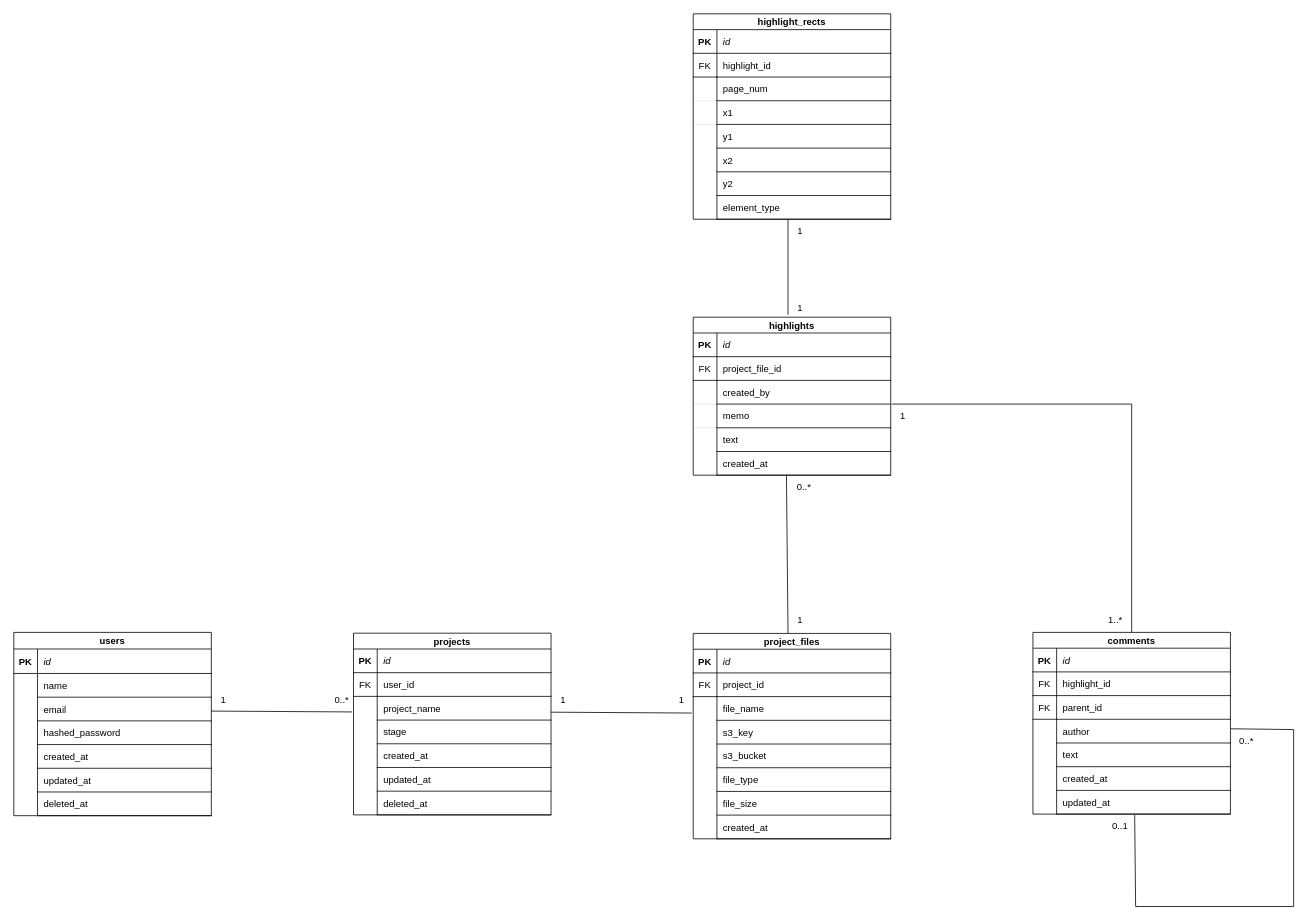
This is Research_tmp.drawio from Takeru-M/Research_tmp, a draw.io file, before an edit. Source tidied: cells renumbered, new cells numbered last; positions are measured from the earlier drawing's top-left corner, leaving out a move shared by most shapes. Both pictures are drawn from the tidied source at 79%, with x=0, y=0 at pixel (13, 13).
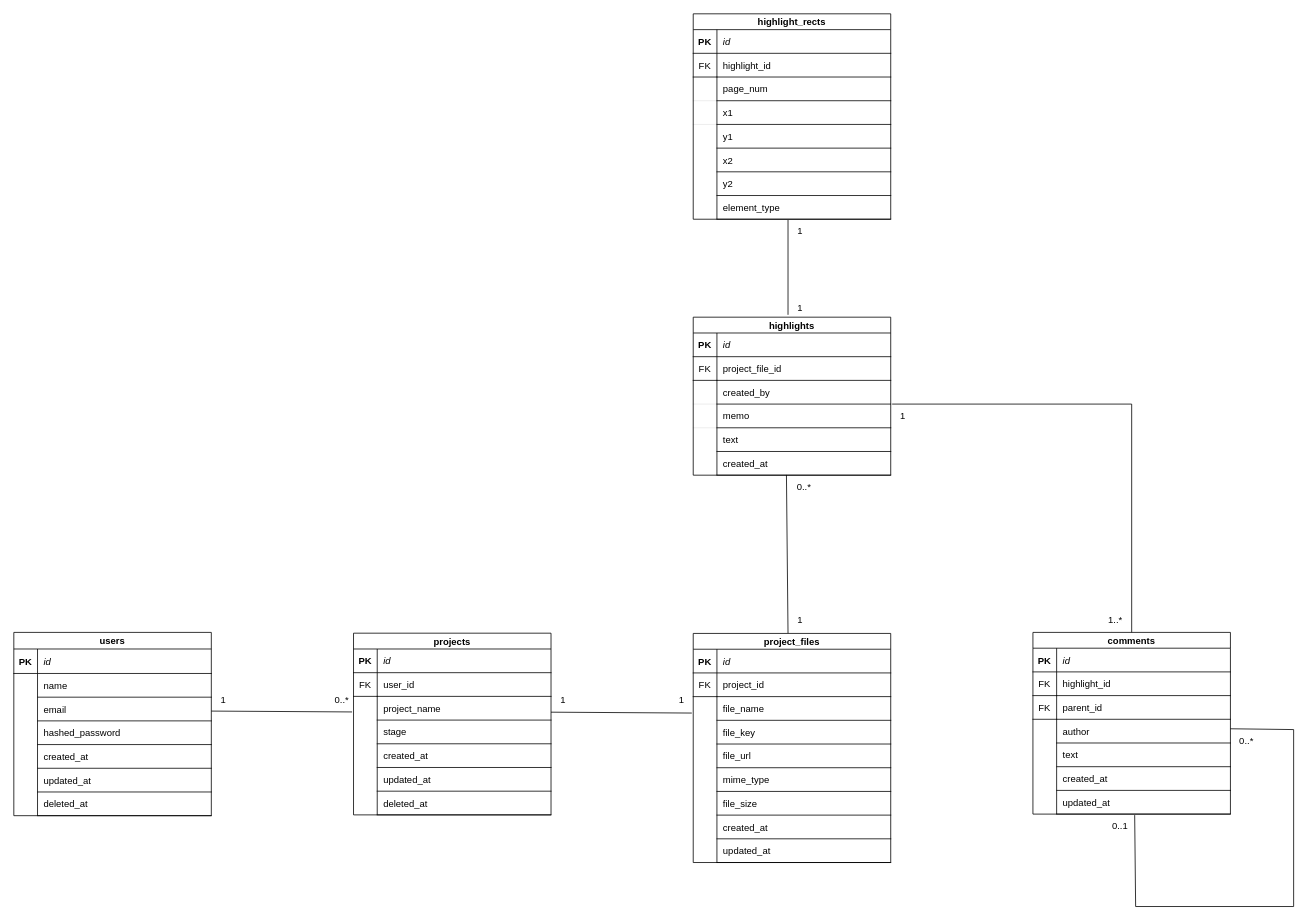
Above is the later version.

Unchanged cells that the change refers to:
```xml
<mxCell id="12" style="shape=partialRectangle;fillColor=none;top=0;left=0;right=0;bottom=0;" parent="2" vertex="1">
  <mxGeometry y="110" width="250" height="30" as="geometry" />
</mxCell>
<mxCell id="15" style="shape=partialRectangle;fillColor=none;top=0;left=0;right=0;bottom=0;" parent="2" vertex="1">
  <mxGeometry y="140" width="250" height="30" as="geometry" />
</mxCell>
<mxCell id="18" style="shape=partialRectangle;fillColor=none;top=0;left=0;right=0;bottom=0;" parent="2" vertex="1">
  <mxGeometry y="170" width="250" height="30" as="geometry" />
</mxCell>
```

Diff of the diagram source:
```diff
@@
     <mxCell id="2" value="project_files" style="shape=table;startSize=20;childLayout=tableLayout;rowLines=0;fontStyle=1;align=center;" parent="1" vertex="1">
-      <mxGeometry x="860" y="784.3" width="250" height="260" as="geometry" />
+      <mxGeometry x="860" y="784.3" width="250" height="290" as="geometry" />
     </mxCell>
@@
-    <mxCell id="14" value="s3_key" style="shape=partialRectangle;overflow=hidden;fillColor=none;top=0;left=0;bottom=1;right=0;align=left;spacingLeft=6;" parent="12" vertex="1">
+    <mxCell id="14" value="file_key" style="shape=partialRectangle;overflow=hidden;fillColor=none;top=0;left=0;bottom=1;right=0;align=left;spacingLeft=6;" parent="12" vertex="1">
       <mxGeometry x="30" width="220" height="30" as="geometry" />
     </mxCell>
@@
-    <mxCell id="17" value="s3_bucket" style="shape=partialRectangle;overflow=hidden;fillColor=none;top=0;left=0;bottom=1;right=0;align=left;spacingLeft=6;" parent="15" vertex="1">
+    <mxCell id="17" value="file_url" style="shape=partialRectangle;overflow=hidden;fillColor=none;top=0;left=0;bottom=1;right=0;align=left;spacingLeft=6;" parent="15" vertex="1">
       <mxGeometry x="30" width="220" height="30" as="geometry" />
     </mxCell>
@@
-    <mxCell id="20" value="file_type" style="shape=partialRectangle;overflow=hidden;fillColor=none;top=0;left=0;bottom=1;right=0;align=left;spacingLeft=6;" parent="18" vertex="1">
+    <mxCell id="20" value="mime_type" style="shape=partialRectangle;overflow=hidden;fillColor=none;top=0;left=0;bottom=1;right=0;align=left;spacingLeft=6;" parent="18" vertex="1">
       <mxGeometry x="30" width="220" height="30" as="geometry" />
     </mxCell>
@@
+    <mxCell id="155" style="shape=partialRectangle;fillColor=none;top=0;left=0;right=0;bottom=0;" parent="2" vertex="1">
+      <mxGeometry y="260" width="250" height="30" as="geometry" />
+    </mxCell>
+    <mxCell id="156" style="shape=partialRectangle;overflow=hidden;fillColor=none;top=0;left=0;bottom=0;right=0;" parent="155" vertex="1">
+      <mxGeometry width="30" height="30" as="geometry" />
+    </mxCell>
+    <mxCell id="157" value="updated_at" style="shape=partialRectangle;overflow=hidden;fillColor=none;top=0;left=0;bottom=1;right=0;align=left;spacingLeft=6;" parent="155" vertex="1">
+      <mxGeometry x="30" width="220" height="30" as="geometry" />
+    </mxCell>
```
